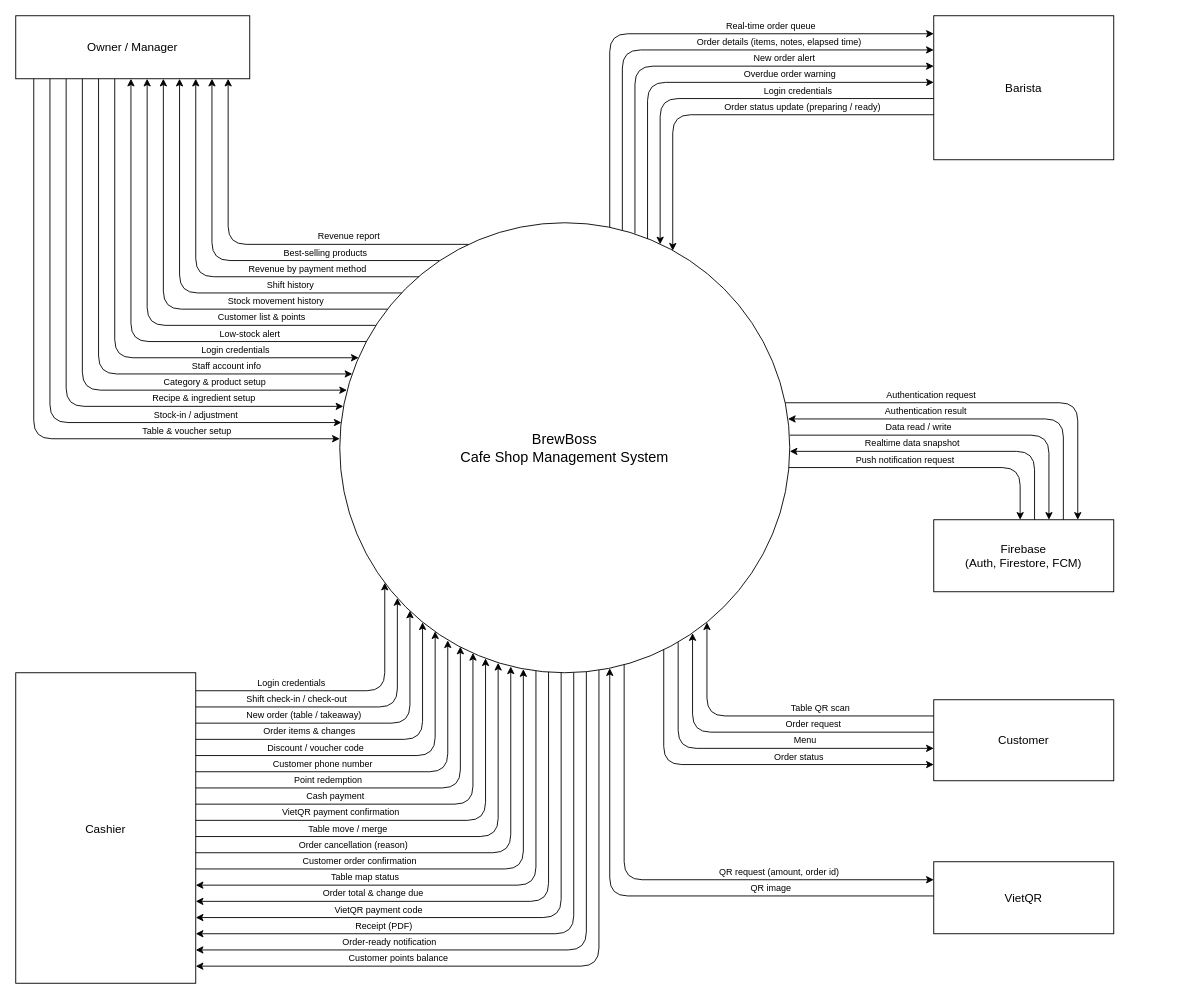
huytran303/CafeManagementSystem keeps this draw.io diagram as docs/diagrams/context-diagram.drawio. Above is the earlier version. Source tidied: cells renumbered, new cells numbered last; positions are measured from the earlier drawing's top-left corner, leaving out a move shared by most shapes. Both pictures are drawn from the tidied source at 90%, with x=0, y=0 at pixel (15, 15).
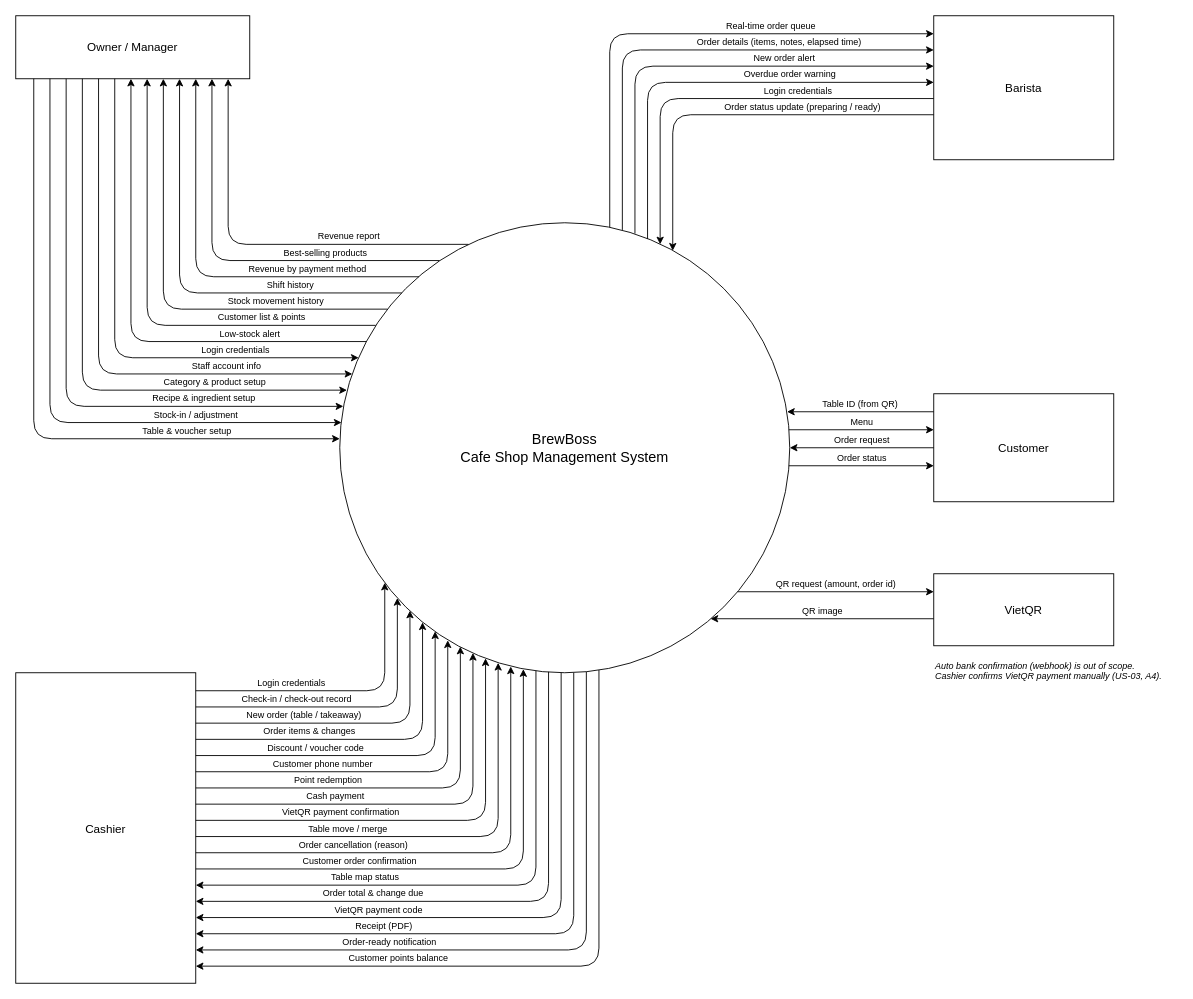
The same page after the edit.

Commit message (it also covers changes not shown here):
docs(diagrams): refine context diagram and add Vietnamese presentation script

- Remove Firebase from the context diagram; it is internal infrastructure,
  not a business-level external entity
- Rename flows to data nouns: Table ID (from QR), Check-in / check-out record
- Re-lay out Customer and VietQR with straight flows
- Note that automatic bank confirmation (webhook) is out of scope (US-03, A4)
- Add presentation-script.vi.md describing every diagram in Vietnamese

Change to the diagram source:
```diff
@@
-    <mxCell id="19" value="Shift check-in / check-out" style="rounded=1;arcSize=40;edgeStyle=none;endArrow=classic;endFill=1;html=1;strokeWidth=1;fontSize=10;labelBackgroundColor=none;verticalAlign=bottom;spacingBottom=0;" parent="1" edge="1">
+    <mxCell id="19" value="Check-in / check-out record" style="rounded=1;arcSize=40;edgeStyle=none;endArrow=classic;endFill=1;html=1;strokeWidth=1;fontSize=10;labelBackgroundColor=none;verticalAlign=bottom;spacingBottom=0;" parent="1" edge="1">
       <mxGeometry x="-0.35" relative="1" as="geometry">
         <mxPoint x="200" y="768" as="sourcePoint" />
         <mxPoint x="424" y="647" as="targetPoint" />
         <Array as="points">
           <mxPoint x="424" y="768" />
         </Array>
       </mxGeometry>
     </mxCell>
@@
-    <mxCell id="43" value="Firebase&lt;br&gt;(Auth, Firestore, FCM)" style="rounded=0;whiteSpace=wrap;html=1;strokeWidth=1;fontSize=13;" parent="1" vertex="1">
-      <mxGeometry x="1020" y="560" width="200" height="80" as="geometry" />
-    </mxCell>
-    <mxCell id="44" value="Authentication request" style="rounded=1;arcSize=40;edgeStyle=none;endArrow=classic;endFill=1;html=1;strokeWidth=1;fontSize=10;labelBackgroundColor=none;verticalAlign=bottom;spacingBottom=0;" parent="1" edge="1">
-      <mxGeometry x="-0.29" relative="1" as="geometry">
-        <mxPoint x="855" y="430" as="sourcePoint" />
-        <mxPoint x="1180" y="560" as="targetPoint" />
-        <Array as="points">
-          <mxPoint x="1180" y="430" />
-        </Array>
-      </mxGeometry>
-    </mxCell>
-    <mxCell id="45" value="Authentication result" style="rounded=1;arcSize=40;edgeStyle=none;endArrow=classic;endFill=1;html=1;strokeWidth=1;fontSize=10;labelBackgroundColor=none;verticalAlign=bottom;spacingBottom=0;" parent="1" edge="1">
-      <mxGeometry x="0.27" relative="1" as="geometry">
-        <mxPoint x="1164" y="560" as="sourcePoint" />
-        <mxPoint x="858" y="448" as="targetPoint" />
-        <Array as="points">
-          <mxPoint x="1164" y="448" />
-        </Array>
-      </mxGeometry>
-    </mxCell>
-    <mxCell id="46" value="Data read / write" style="rounded=1;arcSize=40;edgeStyle=none;endArrow=classic;endFill=1;html=1;strokeWidth=1;fontSize=10;labelBackgroundColor=none;verticalAlign=bottom;spacingBottom=0;" parent="1" edge="1">
-      <mxGeometry x="-0.25" relative="1" as="geometry">
-        <mxPoint x="860" y="466" as="sourcePoint" />
-        <mxPoint x="1148" y="560" as="targetPoint" />
-        <Array as="points">
-          <mxPoint x="1148" y="466" />
-        </Array>
-      </mxGeometry>
-    </mxCell>
-    <mxCell id="47" value="Realtime data snapshot" style="rounded=1;arcSize=40;edgeStyle=none;endArrow=classic;endFill=1;html=1;strokeWidth=1;fontSize=10;labelBackgroundColor=none;verticalAlign=bottom;spacingBottom=0;" parent="1" edge="1">
-      <mxGeometry x="0.22" relative="1" as="geometry">
-        <mxPoint x="1132" y="560" as="sourcePoint" />
-        <mxPoint x="860" y="484" as="targetPoint" />
-        <Array as="points">
-          <mxPoint x="1132" y="484" />
-        </Array>
-      </mxGeometry>
-    </mxCell>
-    <mxCell id="48" value="Push notification request" style="rounded=1;arcSize=40;edgeStyle=none;endArrow=classic;endFill=1;html=1;strokeWidth=1;fontSize=10;labelBackgroundColor=none;verticalAlign=bottom;spacingBottom=0;" parent="1" edge="1">
-      <mxGeometry x="-0.18" relative="1" as="geometry">
-        <mxPoint x="859" y="502" as="sourcePoint" />
-        <mxPoint x="1116" y="560" as="targetPoint" />
-        <Array as="points">
-          <mxPoint x="1116" y="502" />
-        </Array>
-      </mxGeometry>
-    </mxCell>
     <mxCell id="49" value="Customer" style="rounded=0;whiteSpace=wrap;html=1;strokeWidth=1;fontSize=13;" parent="1" vertex="1">
-      <mxGeometry x="1020" y="760" width="200" height="90" as="geometry" />
+      <mxGeometry x="1020" y="420" width="200" height="120" as="geometry" />
     </mxCell>
     <mxCell id="50" value="Order status" style="rounded=1;arcSize=40;edgeStyle=none;endArrow=classic;endFill=1;html=1;strokeWidth=1;fontSize=10;labelBackgroundColor=none;verticalAlign=bottom;spacingBottom=0;" parent="1" edge="1">
-      <mxGeometry x="0.3" relative="1" as="geometry">
-        <mxPoint x="720" y="704" as="sourcePoint" />
-        <mxPoint x="1020" y="832" as="targetPoint" />
-        <Array as="points">
-          <mxPoint x="720" y="832" />
-        </Array>
+      <mxGeometry relative="1" as="geometry">
+        <mxPoint x="859" y="500" as="sourcePoint" />
+        <mxPoint x="1020" y="500" as="targetPoint" />
       </mxGeometry>
     </mxCell>
     <mxCell id="51" value="Menu" style="rounded=1;arcSize=40;edgeStyle=none;endArrow=classic;endFill=1;html=1;strokeWidth=1;fontSize=10;labelBackgroundColor=none;verticalAlign=bottom;spacingBottom=0;" parent="1" edge="1">
-      <mxGeometry x="0.29" relative="1" as="geometry">
-        <mxPoint x="736" y="696" as="sourcePoint" />
-        <mxPoint x="1020" y="814" as="targetPoint" />
-        <Array as="points">
-          <mxPoint x="736" y="814" />
-        </Array>
+      <mxGeometry relative="1" as="geometry">
+        <mxPoint x="859" y="460" as="sourcePoint" />
+        <mxPoint x="1020" y="460" as="targetPoint" />
       </mxGeometry>
     </mxCell>
     <mxCell id="52" value="Order request" style="rounded=1;arcSize=40;edgeStyle=none;endArrow=classic;endFill=1;html=1;strokeWidth=1;fontSize=10;labelBackgroundColor=none;verticalAlign=bottom;spacingBottom=0;" parent="1" edge="1">
-      <mxGeometry x="-0.29" relative="1" as="geometry">
-        <mxPoint x="1020" y="796" as="sourcePoint" />
-        <mxPoint x="752" y="686" as="targetPoint" />
-        <Array as="points">
-          <mxPoint x="752" y="796" />
-        </Array>
+      <mxGeometry relative="1" as="geometry">
+        <mxPoint x="1020" y="480" as="sourcePoint" />
+        <mxPoint x="860" y="480" as="targetPoint" />
       </mxGeometry>
     </mxCell>
-    <mxCell id="53" value="Table QR scan" style="rounded=1;arcSize=40;edgeStyle=none;endArrow=classic;endFill=1;html=1;strokeWidth=1;fontSize=10;labelBackgroundColor=none;verticalAlign=bottom;spacingBottom=0;" parent="1" edge="1">
-      <mxGeometry x="-0.29" relative="1" as="geometry">
-        <mxPoint x="1020" y="778" as="sourcePoint" />
-        <mxPoint x="768" y="674" as="targetPoint" />
-        <Array as="points">
-          <mxPoint x="768" y="778" />
-        </Array>
+    <mxCell id="53" value="Table ID (from QR)" style="rounded=1;arcSize=40;edgeStyle=none;endArrow=classic;endFill=1;html=1;strokeWidth=1;fontSize=10;labelBackgroundColor=none;verticalAlign=bottom;spacingBottom=0;" parent="1" edge="1">
+      <mxGeometry relative="1" as="geometry">
+        <mxPoint x="1020" y="440" as="sourcePoint" />
+        <mxPoint x="857" y="440" as="targetPoint" />
       </mxGeometry>
     </mxCell>
     <mxCell id="54" value="VietQR" style="rounded=0;whiteSpace=wrap;html=1;strokeWidth=1;fontSize=13;" parent="1" vertex="1">
-      <mxGeometry x="1020" y="940" width="200" height="80" as="geometry" />
+      <mxGeometry x="1020" y="620" width="200" height="80" as="geometry" />
     </mxCell>
     <mxCell id="55" value="QR image" style="rounded=1;arcSize=40;edgeStyle=none;endArrow=classic;endFill=1;html=1;strokeWidth=1;fontSize=10;labelBackgroundColor=none;verticalAlign=bottom;spacingBottom=0;" parent="1" edge="1">
-      <mxGeometry x="-0.41" relative="1" as="geometry">
-        <mxPoint x="1020" y="978" as="sourcePoint" />
-        <mxPoint x="660" y="725" as="targetPoint" />
-        <Array as="points">
-          <mxPoint x="660" y="978" />
-        </Array>
+      <mxGeometry relative="1" as="geometry">
+        <mxPoint x="1020" y="670" as="sourcePoint" />
+        <mxPoint x="772" y="670" as="targetPoint" />
       </mxGeometry>
     </mxCell>
     <mxCell id="56" value="QR request (amount, order id)" style="rounded=1;arcSize=40;edgeStyle=none;endArrow=classic;endFill=1;html=1;strokeWidth=1;fontSize=10;labelBackgroundColor=none;verticalAlign=bottom;spacingBottom=0;" parent="1" edge="1">
-      <mxGeometry x="0.41" relative="1" as="geometry">
-        <mxPoint x="676" y="721" as="sourcePoint" />
-        <mxPoint x="1020" y="960" as="targetPoint" />
-        <Array as="points">
-          <mxPoint x="676" y="960" />
-        </Array>
+      <mxGeometry relative="1" as="geometry">
+        <mxPoint x="802" y="640" as="sourcePoint" />
+        <mxPoint x="1020" y="640" as="targetPoint" />
       </mxGeometry>
     </mxCell>
+    <mxCell id="57" value="Auto bank confirmation (webhook) is out of scope.&lt;br&gt;Cashier confirms VietQR payment manually (US-03, A4)." style="text;html=1;whiteSpace=wrap;fontSize=10;fontStyle=2;align=left;verticalAlign=top;" parent="1" vertex="1">
+      <mxGeometry x="1020" y="710" width="270" height="45" as="geometry" />
+    </mxCell>
```
